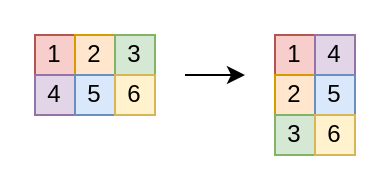
yshavit/llm-notes keeps this draw.io diagram as book/images/no-math/transpose.drawio. Above is the earlier version. Source tidied: cells renumbered, new cells numbered last; positions are measured from the earlier drawing's top-left corner, leaving out a move shared by most shapes. Both pictures are drawn from the tidied source at 200%, with x=0, y=0 at pixel (34, 34).
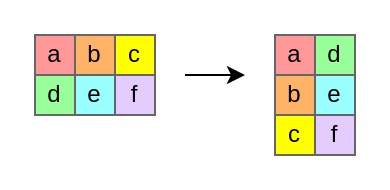
The same page after the edit.

Diff of the diagram source:
```diff
@@
 <mxGraphModel>
   <root>
     <mxCell id="0" />
     <mxCell id="1" parent="0" />
-    <mxCell id="2" value="1" style="rounded=0;whiteSpace=wrap;html=1;fillColor=#f8cecc;strokeColor=#b85450;" parent="1" vertex="1">
+    <mxCell id="2" value="a" style="rounded=0;whiteSpace=wrap;html=1;fillColor=#FF9999;strokeColor=#666666;" parent="1" vertex="1">
       <mxGeometry width="20" height="20" as="geometry" />
     </mxCell>
-    <mxCell id="3" value="2" style="rounded=0;whiteSpace=wrap;html=1;fillColor=#ffe6cc;strokeColor=#d79b00;" parent="1" vertex="1">
+    <mxCell id="3" value="b" style="rounded=0;whiteSpace=wrap;html=1;fillColor=#FFB366;strokeColor=#666666;" parent="1" vertex="1">
       <mxGeometry x="20" width="20" height="20" as="geometry" />
     </mxCell>
-    <mxCell id="4" value="3" style="rounded=0;whiteSpace=wrap;html=1;fillColor=#d5e8d4;strokeColor=#82b366;" parent="1" vertex="1">
+    <mxCell id="4" value="c" style="rounded=0;whiteSpace=wrap;html=1;fillColor=#FFFF00;strokeColor=#666666;" parent="1" vertex="1">
       <mxGeometry x="40" width="20" height="20" as="geometry" />
     </mxCell>
-    <mxCell id="5" value="4" style="rounded=0;whiteSpace=wrap;html=1;fillColor=#e1d5e7;strokeColor=#9673a6;" parent="1" vertex="1">
+    <mxCell id="5" value="d" style="rounded=0;whiteSpace=wrap;html=1;fillColor=#99FF99;strokeColor=#666666;" parent="1" vertex="1">
       <mxGeometry y="20" width="20" height="20" as="geometry" />
     </mxCell>
+    <mxCell id="14" style="endArrow=classic;html=1;rounded=0;" parent="1" edge="1">
+      <mxGeometry relative="1" as="geometry">
+        <mxPoint x="75" y="20" as="sourcePoint" />
+        <mxPoint x="105" y="20" as="targetPoint" />
+      </mxGeometry>
+    </mxCell>
+    <mxCell id="7" value="f" style="rounded=0;whiteSpace=wrap;html=1;fillColor=#E5CCFF;strokeColor=#666666;" parent="1" vertex="1">
+      <mxGeometry x="40" y="20" width="20" height="20" as="geometry" />
+    </mxCell>
-    <mxCell id="6" value="5" style="rounded=0;whiteSpace=wrap;html=1;fillColor=#dae8fc;strokeColor=#6c8ebf;" parent="1" vertex="1">
+    <mxCell id="6" value="e" style="rounded=0;whiteSpace=wrap;html=1;fillColor=#99FFFF;strokeColor=#666666;" parent="1" vertex="1">
       <mxGeometry x="20" y="20" width="20" height="20" as="geometry" />
     </mxCell>
-    <mxCell id="7" value="6" style="rounded=0;whiteSpace=wrap;html=1;fillColor=#fff2cc;strokeColor=#d6b656;" parent="1" vertex="1">
-      <mxGeometry x="40" y="20" width="20" height="20" as="geometry" />
-    </mxCell>
-    <mxCell id="8" value="1" style="rounded=0;whiteSpace=wrap;html=1;fillColor=#f8cecc;strokeColor=#b85450;" parent="1" vertex="1">
-      <mxGeometry x="120" width="20" height="20" as="geometry" />
-    </mxCell>
-    <mxCell id="9" value="2" style="rounded=0;whiteSpace=wrap;html=1;fillColor=#ffe6cc;strokeColor=#d79b00;" parent="1" vertex="1">
-      <mxGeometry x="120" y="20" width="20" height="20" as="geometry" />
-    </mxCell>
-    <mxCell id="10" value="3" style="rounded=0;whiteSpace=wrap;html=1;fillColor=#d5e8d4;strokeColor=#82b366;" parent="1" vertex="1">
-      <mxGeometry x="120" y="40" width="20" height="20" as="geometry" />
-    </mxCell>
-    <mxCell id="11" value="4" style="rounded=0;whiteSpace=wrap;html=1;fillColor=#e1d5e7;strokeColor=#9673a6;" parent="1" vertex="1">
-      <mxGeometry x="140" width="20" height="20" as="geometry" />
-    </mxCell>
-    <mxCell id="12" value="5" style="rounded=0;whiteSpace=wrap;html=1;fillColor=#dae8fc;strokeColor=#6c8ebf;" parent="1" vertex="1">
-      <mxGeometry x="140" y="20" width="20" height="20" as="geometry" />
-    </mxCell>
-    <mxCell id="13" value="6" style="rounded=0;whiteSpace=wrap;html=1;fillColor=#fff2cc;strokeColor=#d6b656;" parent="1" vertex="1">
-      <mxGeometry x="140" y="40" width="20" height="20" as="geometry" />
-    </mxCell>
-    <mxCell id="14" style="endArrow=classic;html=1;rounded=0;" parent="1" edge="1">
-      <mxGeometry relative="1" as="geometry">
-        <mxPoint x="75" y="20" as="sourcePoint" />
-        <mxPoint x="105" y="20" as="targetPoint" />
-      </mxGeometry>
-    </mxCell>
+    <mxCell id="15" value="a" style="rounded=0;whiteSpace=wrap;html=1;fillColor=#FF9999;strokeColor=#666666;" parent="1" vertex="1">
+      <mxGeometry x="120" width="20" height="20" as="geometry" />
+    </mxCell>
+    <mxCell id="16" value="b" style="rounded=0;whiteSpace=wrap;html=1;fillColor=#FFB366;strokeColor=#666666;" parent="1" vertex="1">
+      <mxGeometry x="120" y="20" width="20" height="20" as="geometry" />
+    </mxCell>
+    <mxCell id="17" value="c" style="rounded=0;whiteSpace=wrap;html=1;fillColor=#FFFF00;strokeColor=#666666;" parent="1" vertex="1">
+      <mxGeometry x="120" y="40" width="20" height="20" as="geometry" />
+    </mxCell>
+    <mxCell id="18" value="d" style="rounded=0;whiteSpace=wrap;html=1;fillColor=#99FF99;strokeColor=#666666;" parent="1" vertex="1">
+      <mxGeometry x="140" width="20" height="20" as="geometry" />
+    </mxCell>
+    <mxCell id="19" value="f" style="rounded=0;whiteSpace=wrap;html=1;fillColor=#E5CCFF;strokeColor=#666666;" parent="1" vertex="1">
+      <mxGeometry x="140" y="40" width="20" height="20" as="geometry" />
+    </mxCell>
+    <mxCell id="20" value="e" style="rounded=0;whiteSpace=wrap;html=1;fillColor=#99FFFF;strokeColor=#666666;" parent="1" vertex="1">
+      <mxGeometry x="140" y="20" width="20" height="20" as="geometry" />
+    </mxCell>
   </root>
 </mxGraphModel>
```
